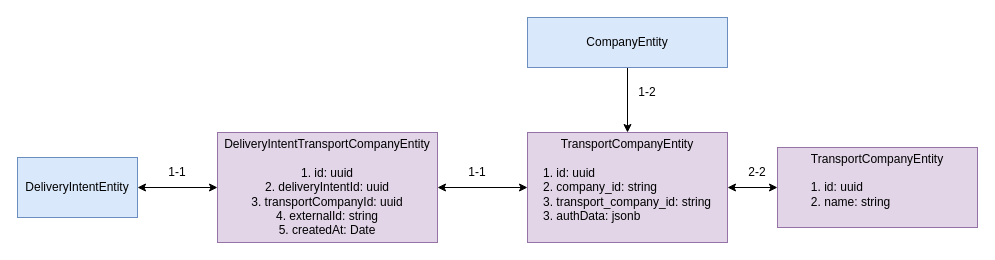
MaximKalinchuk/yandi-backend keeps this draw.io diagram as Диаграмма без названия.drawio. Above is the earlier version. Source tidied: cells renumbered, new cells numbered last; positions are measured from the earlier drawing's top-left corner, leaving out a move shared by most shapes. Both pictures are drawn from the tidied source at 100%, with x=0, y=0 at pixel (17, 17).
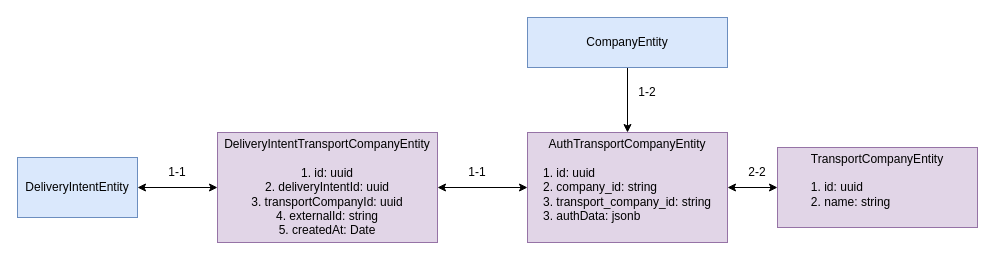
The same page after the edit.

The edit, as a diff of the source:
```diff
@@
 <mxGraphModel>
   <root>
     <mxCell id="0" />
     <mxCell id="1" parent="0" />
     <mxCell id="2" style="edgeStyle=orthogonalEdgeStyle;rounded=0;jettySize=auto;html=1;startArrow=classic;startFill=1;" parent="1" edge="1" source="3" target="5">
       <mxGeometry relative="1" as="geometry" />
     </mxCell>
     <mxCell id="3" value="DeliveryIntentEntity" style="rounded=0;whiteSpace=wrap;html=1;fillColor=#dae8fc;strokeColor=#6c8ebf;" parent="1" vertex="1">
       <mxGeometry y="140" width="120" height="60" as="geometry" />
     </mxCell>
     <mxCell id="4" style="edgeStyle=orthogonalEdgeStyle;rounded=0;jettySize=auto;html=1;startArrow=classic;startFill=1;" parent="1" edge="1" source="5" target="8">
       <mxGeometry relative="1" as="geometry" />
     </mxCell>
     <mxCell id="5" value="DeliveryIntentTransportCompanyEntity&lt;div&gt;&lt;br&gt;&lt;/div&gt;&lt;div&gt;1. id: uuid&lt;/div&gt;&lt;div&gt;2. deliveryIntentId: uuid&lt;/div&gt;&lt;div&gt;3. transportCompanyId: uuid&lt;br&gt;4. externalId: string&lt;/div&gt;&lt;div&gt;5. createdAt: Date&lt;/div&gt;" style="rounded=0;whiteSpace=wrap;html=1;fillColor=#e1d5e7;strokeColor=#9673a6;" parent="1" vertex="1">
       <mxGeometry x="200" y="115" width="220" height="110" as="geometry" />
     </mxCell>
     <mxCell id="6" value="1-1" style="text;html=1;align=center;verticalAlign=middle;whiteSpace=wrap;rounded=0;" parent="1" vertex="1">
       <mxGeometry x="130" y="140" width="60" height="30" as="geometry" />
     </mxCell>
     <mxCell id="7" style="edgeStyle=orthogonalEdgeStyle;rounded=0;jettySize=auto;html=1;entryX=0;entryY=0.5;entryDx=0;entryDy=0;startArrow=classic;startFill=1;" parent="1" edge="1" source="8" target="13">
       <mxGeometry relative="1" as="geometry" />
     </mxCell>
-    <mxCell id="8" value="TransportCompanyEntity&lt;div&gt;&lt;div style=&quot;text-align: left;&quot;&gt;&lt;br&gt;&lt;/div&gt;&lt;div style=&quot;text-align: left;&quot;&gt;1. id: uuid&lt;/div&gt;&lt;div style=&quot;text-align: left;&quot;&gt;2. company_id: string&lt;/div&gt;&lt;div style=&quot;text-align: left;&quot;&gt;3. transport_company_id: string&lt;/div&gt;&lt;div style=&quot;text-align: left;&quot;&gt;3. authData: jsonb&lt;/div&gt;&lt;div&gt;&lt;br&gt;&lt;/div&gt;&lt;/div&gt;" style="rounded=0;whiteSpace=wrap;html=1;fillColor=#e1d5e7;strokeColor=#9673a6;" parent="1" vertex="1">
+    <mxCell id="8" value="AuthTransportCompanyEntity&lt;div&gt;&lt;div style=&quot;text-align: left;&quot;&gt;&lt;br&gt;&lt;/div&gt;&lt;div style=&quot;text-align: left;&quot;&gt;1. id: uuid&lt;/div&gt;&lt;div style=&quot;text-align: left;&quot;&gt;2. company_id: string&lt;/div&gt;&lt;div style=&quot;text-align: left;&quot;&gt;3. transport_company_id: string&lt;/div&gt;&lt;div style=&quot;text-align: left;&quot;&gt;3. authData: jsonb&lt;/div&gt;&lt;div&gt;&lt;br&gt;&lt;/div&gt;&lt;/div&gt;" style="rounded=0;whiteSpace=wrap;html=1;fillColor=#e1d5e7;strokeColor=#9673a6;" parent="1" vertex="1">
       <mxGeometry x="510" y="115" width="200" height="110" as="geometry" />
     </mxCell>
     <mxCell id="9" style="edgeStyle=orthogonalEdgeStyle;rounded=0;jettySize=auto;html=1;entryX=0.5;entryY=0;entryDx=0;entryDy=0;" parent="1" edge="1" source="10" target="8">
       <mxGeometry relative="1" as="geometry" />
     </mxCell>
     <mxCell id="10" value="&lt;div&gt;&lt;div&gt;CompanyEntity&lt;/div&gt;&lt;/div&gt;" style="rounded=0;whiteSpace=wrap;html=1;fillColor=#dae8fc;strokeColor=#6c8ebf;" parent="1" vertex="1">
       <mxGeometry x="510" width="200" height="50" as="geometry" />
     </mxCell>
     <mxCell id="11" value="1-2" style="text;html=1;align=center;verticalAlign=middle;whiteSpace=wrap;rounded=0;" parent="1" vertex="1">
       <mxGeometry x="600" y="60" width="60" height="30" as="geometry" />
     </mxCell>
     <mxCell id="12" value="1-1" style="text;html=1;align=center;verticalAlign=middle;whiteSpace=wrap;rounded=0;" parent="1" vertex="1">
       <mxGeometry x="430" y="140" width="60" height="30" as="geometry" />
     </mxCell>
     <mxCell id="13" value="TransportCompanyEntity&lt;div&gt;&lt;div style=&quot;text-align: left;&quot;&gt;&lt;br&gt;&lt;/div&gt;&lt;div style=&quot;text-align: left;&quot;&gt;1. id: uuid&lt;/div&gt;&lt;div style=&quot;text-align: left;&quot;&gt;2. name: string&lt;/div&gt;&lt;div&gt;&lt;br&gt;&lt;/div&gt;&lt;/div&gt;" style="rounded=0;whiteSpace=wrap;html=1;fillColor=#e1d5e7;strokeColor=#9673a6;" parent="1" vertex="1">
       <mxGeometry x="760" y="130" width="200" height="80" as="geometry" />
     </mxCell>
     <mxCell id="14" value="2-2" style="text;html=1;align=center;verticalAlign=middle;whiteSpace=wrap;rounded=0;" parent="1" vertex="1">
       <mxGeometry x="710" y="140" width="60" height="30" as="geometry" />
     </mxCell>
   </root>
 </mxGraphModel>
```
